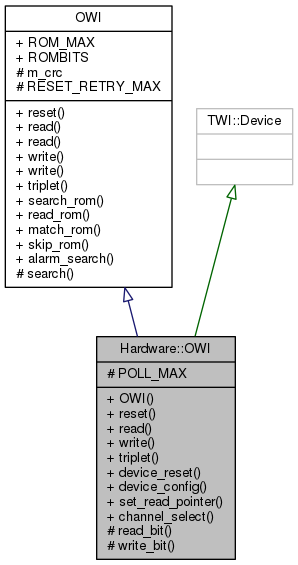
mikaelpatel/mikaelpatel.github.io keeps this Graphviz diagram as Arduino-OWI/df/d4a/classHardware_1_1OWI__inherit__graph.png. Above is the earlier version. Its source is kept beside it as Arduino-OWI/df/d4a/classHardware_1_1OWI__inherit__graph.dot.
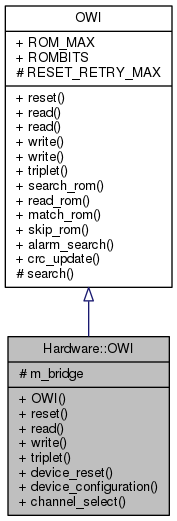
The same diagram one commit later.

Change to the diagram source:
```diff
@@ -2,9 +2,7 @@
 {
   edge [fontname="Helvetica",fontsize="10",labelfontname="Helvetica",labelfontsize="10"];
   node [fontname="Helvetica",fontsize="10",shape=record];
-  Node1 [label="{Hardware::OWI\n|# POLL_MAX\l|+ OWI()\l+ reset()\l+ read()\l+ write()\l+ triplet()\l+ device_reset()\l+ device_config()\l+ set_read_pointer()\l+ channel_select()\l# read_bit()\l# write_bit()\l}",height=0.2,width=0.4,color="black", fillcolor="grey75", style="filled", fontcolor="black"];
+  Node1 [label="{Hardware::OWI\n|# m_bridge\l|+ OWI()\l+ reset()\l+ read()\l+ write()\l+ triplet()\l+ device_reset()\l+ device_configuration()\l+ channel_select()\l}",height=0.2,width=0.4,color="black", fillcolor="grey75", style="filled", fontcolor="black"];
   Node2 -> Node1 [dir="back",color="midnightblue",fontsize="10",style="solid",arrowtail="onormal",fontname="Helvetica"];
-  Node2 [label="{OWI\n|+ ROM_MAX\l+ ROMBITS\l# m_crc\l# RESET_RETRY_MAX\l|+ reset()\l+ read()\l+ read()\l+ write()\l+ write()\l+ triplet()\l+ search_rom()\l+ read_rom()\l+ match_rom()\l+ skip_rom()\l+ alarm_search()\l# search()\l}",height=0.2,width=0.4,color="black", fillcolor="white", style="filled",URL="$d7/d90/classOWI.html"];
-  Node3 -> Node1 [dir="back",color="darkgreen",fontsize="10",style="solid",arrowtail="onormal",fontname="Helvetica"];
-  Node3 [label="{TWI::Device\n||}",height=0.2,width=0.4,color="grey75", fillcolor="white", style="filled"];
+  Node2 [label="{OWI\n|+ ROM_MAX\l+ ROMBITS\l# RESET_RETRY_MAX\l|+ reset()\l+ read()\l+ read()\l+ write()\l+ write()\l+ triplet()\l+ search_rom()\l+ read_rom()\l+ match_rom()\l+ skip_rom()\l+ alarm_search()\l+ crc_update()\l# search()\l}",height=0.2,width=0.4,color="black", fillcolor="white", style="filled",URL="$d7/d90/classOWI.html"];
 }
```
